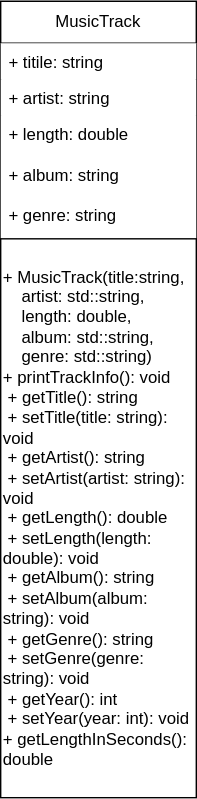
Above: drawio/UML MusicTrack.drawio.svg in at1et/OOP (draw.io), before the change. Source tidied: cells renumbered, new cells last; positions are measured from the earlier drawing's top-left corner, leaving out a move shared by most shapes.
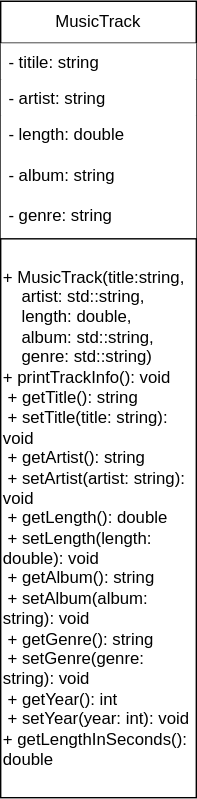
After the commit.

What changed in the source:
```diff
@@ -5,13 +5,13 @@
     <mxCell id="2" value="MusicTrack" style="swimlane;fontStyle=0;horizontal=1;startSize=30;fillColor=default;whiteSpace=wrap;html=1;" parent="1" vertex="1">
       <mxGeometry width="140" height="170" as="geometry" />
     </mxCell>
-    <mxCell id="3" value="+ titile: string" style="text;strokeColor=none;fillColor=default;align=left;verticalAlign=top;spacingLeft=4;spacingRight=4;overflow=hidden;whiteSpace=wrap;html=1;" parent="2" vertex="1">
+    <mxCell id="3" value="- titile: string" style="text;strokeColor=none;fillColor=default;align=left;verticalAlign=top;spacingLeft=4;spacingRight=4;overflow=hidden;whiteSpace=wrap;html=1;" parent="2" vertex="1">
       <mxGeometry y="30" width="140" height="26" as="geometry" />
     </mxCell>
-    <mxCell id="4" value="+ artist: string" style="text;strokeColor=none;fillColor=default;align=left;verticalAlign=top;spacingLeft=4;spacingRight=4;overflow=hidden;whiteSpace=wrap;html=1;" parent="2" vertex="1">
+    <mxCell id="4" value="- artist: string" style="text;strokeColor=none;fillColor=default;align=left;verticalAlign=top;spacingLeft=4;spacingRight=4;overflow=hidden;whiteSpace=wrap;html=1;" parent="2" vertex="1">
       <mxGeometry y="56" width="140" height="26" as="geometry" />
     </mxCell>
-    <mxCell id="5" value="+ length: double&lt;br&gt;&amp;nbsp;&lt;br&gt;+ album: string&lt;br&gt;&lt;br&gt;+ genre: string" style="text;strokeColor=none;fillColor=default;align=left;verticalAlign=top;spacingLeft=4;spacingRight=4;overflow=hidden;whiteSpace=wrap;html=1;" parent="2" vertex="1">
+    <mxCell id="5" value="- length: double&lt;br&gt;&amp;nbsp;&lt;br&gt;- album: string&lt;br&gt;&lt;br&gt;- genre: string" style="text;strokeColor=none;fillColor=default;align=left;verticalAlign=top;spacingLeft=4;spacingRight=4;overflow=hidden;whiteSpace=wrap;html=1;" parent="2" vertex="1">
       <mxGeometry y="82" width="140" height="88" as="geometry" />
     </mxCell>
     <mxCell id="6" value="&lt;div&gt;+ MusicTrack(title:string,&amp;nbsp; &amp;nbsp;&lt;span style=&quot;background-color: initial;&quot;&gt;&amp;nbsp;&lt;span style=&quot;&quot;&gt;&lt;span style=&quot;white-space: pre;&quot;&gt;&amp;nbsp;&amp;nbsp;&lt;/span&gt;&lt;/span&gt;artist: std::string,&amp;nbsp;&lt;/span&gt;&lt;/div&gt;&lt;div&gt;&lt;span style=&quot;&quot;&gt;&lt;span style=&quot;white-space: pre;&quot;&gt;&amp;nbsp;&amp;nbsp;&amp;nbsp;&amp;nbsp;&lt;/span&gt;&lt;/span&gt;length: double,&amp;nbsp; &amp;nbsp; &amp;nbsp; &amp;nbsp;&lt;/div&gt;&lt;div&gt;&lt;span style=&quot;&quot;&gt;&lt;span style=&quot;white-space: pre;&quot;&gt;&amp;nbsp;&amp;nbsp;&amp;nbsp;&amp;nbsp;&lt;/span&gt;&lt;/span&gt;album: std::string,&amp;nbsp; &amp;nbsp;&amp;nbsp;&lt;/div&gt;&lt;div&gt;&amp;nbsp;&lt;span style=&quot;&quot;&gt;&lt;span style=&quot;white-space: pre;&quot;&gt;&amp;nbsp;&amp;nbsp;&amp;nbsp;&lt;/span&gt;&lt;/span&gt;genre: std::string)&amp;nbsp; &amp;nbsp;&lt;/div&gt;&lt;div&gt;+ printTrackInfo(): void&amp;nbsp;&lt;br&gt;&amp;nbsp;+ getTitle(): string&amp;nbsp;&lt;br&gt;&amp;nbsp;+ setTitle(title: string): void&amp;nbsp;&lt;br&gt;&amp;nbsp;+ getArtist(): string&amp;nbsp;&lt;br&gt;&amp;nbsp;+ setArtist(artist: string): void&amp;nbsp;&lt;br&gt;&amp;nbsp;+ getLength(): double&amp;nbsp;&lt;br&gt;&amp;nbsp;+ setLength(length: double): void&amp;nbsp;&lt;br&gt;&amp;nbsp;+ getAlbum(): string&amp;nbsp;&lt;br&gt;&amp;nbsp;+ setAlbum(album: string): void&amp;nbsp;&lt;br&gt;&amp;nbsp;+ getGenre(): string&amp;nbsp;&lt;br&gt;&amp;nbsp;+ setGenre(genre: string): void&amp;nbsp;&lt;br&gt;&amp;nbsp;+ getYear(): int&amp;nbsp;&lt;br&gt;&amp;nbsp;+ setYear(year: int): void&amp;nbsp;&lt;br&gt;+ getLengthInSeconds(): double&amp;nbsp;&amp;nbsp;&lt;/div&gt;" style="rounded=0;whiteSpace=wrap;html=1;align=left;" parent="1" vertex="1">
```
